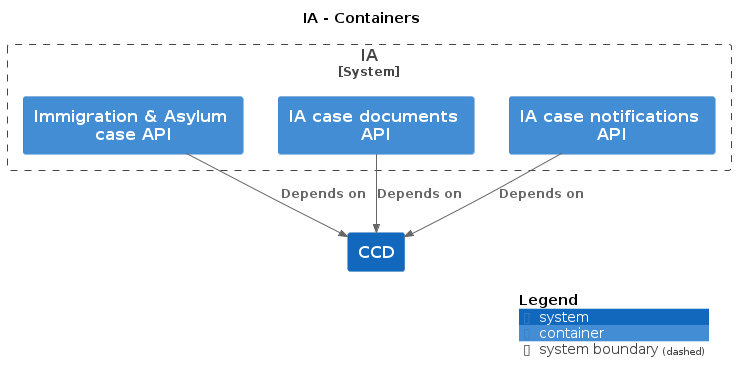
hmcts/cnp-api-docs keeps this PlantUML diagram as docs/c4/ia/images/structurizr-ia-overview.png. Above is the earlier version. Source of this version:
```plantuml
@startuml
title IA - Containers

top to bottom direction

!include https://raw.githubusercontent.com/plantuml-stdlib/C4-PlantUML/master/C4.puml
!include https://raw.githubusercontent.com/plantuml-stdlib/C4-PlantUML/master/C4_Context.puml
!include https://raw.githubusercontent.com/plantuml-stdlib/C4-PlantUML/master/C4_Container.puml

System(CCD, "CCD", "", $tags="")

System_Boundary("IA_boundary", "IA") {
  Container(IA.ImmigrationAsylumcaseAPI, "Immigration & Asylum case API", "", $tags="")
  Container(IA.IAcasedocumentsAPI, "IA case documents API", "", $tags="")
  Container(IA.IAcasenotificationsAPI, "IA case notifications API", "", $tags="")
}

Rel_D(IA.ImmigrationAsylumcaseAPI, CCD, "Depends on", $tags="")
Rel_D(IA.IAcasedocumentsAPI, CCD, "Depends on", $tags="")
Rel_D(IA.IAcasenotificationsAPI, CCD, "Depends on", $tags="")

SHOW_DYNAMIC_LEGEND()
@enduml
```
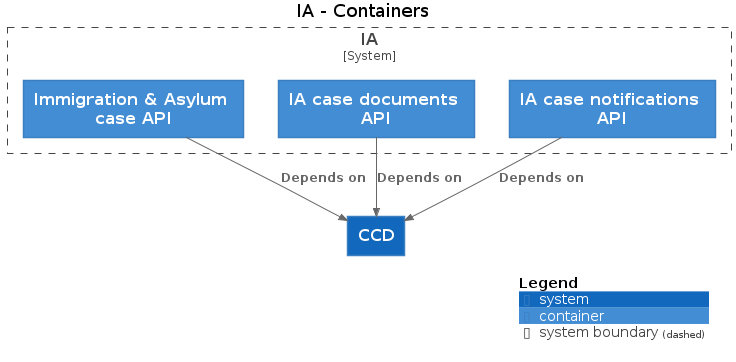
Above is the later version.

The edit, as a diff of the source:
```diff
@@ -3,21 +3,21 @@
 
 top to bottom direction
 
-!include https://raw.githubusercontent.com/plantuml-stdlib/C4-PlantUML/master/C4.puml
-!include https://raw.githubusercontent.com/plantuml-stdlib/C4-PlantUML/master/C4_Context.puml
-!include https://raw.githubusercontent.com/plantuml-stdlib/C4-PlantUML/master/C4_Container.puml
+!includeurl https://raw.githubusercontent.com/plantuml-stdlib/C4-PlantUML/master/C4.puml
+!includeurl https://raw.githubusercontent.com/plantuml-stdlib/C4-PlantUML/master/C4_Context.puml
+!includeurl https://raw.githubusercontent.com/plantuml-stdlib/C4-PlantUML/master/C4_Container.puml
 
-System(CCD, "CCD", "", $tags="")
+System(CCD, "CCD", "")
 
 System_Boundary("IA_boundary", "IA") {
-  Container(IA.ImmigrationAsylumcaseAPI, "Immigration & Asylum case API", "", $tags="")
-  Container(IA.IAcasedocumentsAPI, "IA case documents API", "", $tags="")
-  Container(IA.IAcasenotificationsAPI, "IA case notifications API", "", $tags="")
+  Container(IA.ImmigrationAsylumcaseAPI, "Immigration & Asylum case API", "")
+  Container(IA.IAcasedocumentsAPI, "IA case documents API", "")
+  Container(IA.IAcasenotificationsAPI, "IA case notifications API", "")
 }
 
-Rel_D(IA.ImmigrationAsylumcaseAPI, CCD, "Depends on", $tags="")
-Rel_D(IA.IAcasedocumentsAPI, CCD, "Depends on", $tags="")
-Rel_D(IA.IAcasenotificationsAPI, CCD, "Depends on", $tags="")
+Rel_D(IA.ImmigrationAsylumcaseAPI, CCD, "Depends on")
+Rel_D(IA.IAcasedocumentsAPI, CCD, "Depends on")
+Rel_D(IA.IAcasenotificationsAPI, CCD, "Depends on")
 
 SHOW_DYNAMIC_LEGEND()
 @enduml
```
